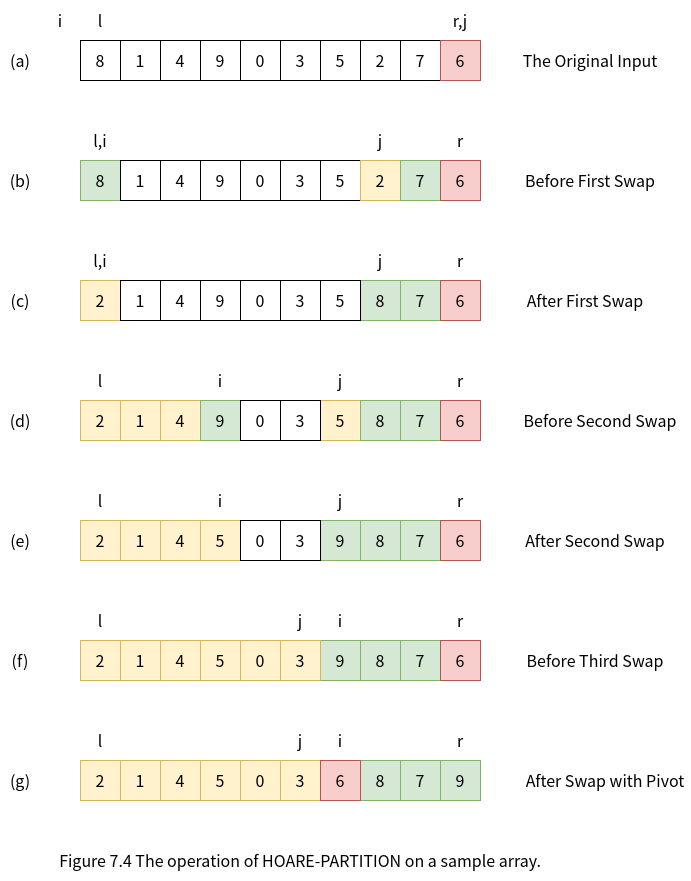
Earlier version of the draw.io export sort/quicksort/blog/hoare-partition.png (hexu1985/Data.Structures.And.Algorithms.Tutorial). Source tidied: cells renumbered, new cells last; positions are measured from the earlier drawing's top-left corner, leaving out a move shared by most shapes.
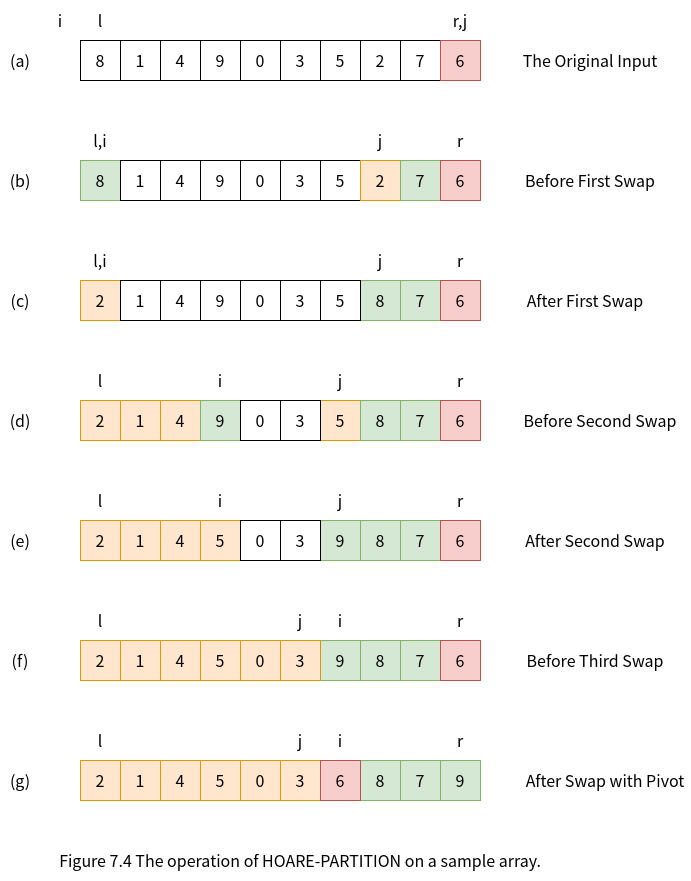
Above is the later version.

Change to the diagram source:
```diff
@@ -65,7 +65,7 @@
     <mxCell id="22" value="5" style="rounded=0;whiteSpace=wrap;html=1;fontSize=16;" parent="1" vertex="1">
       <mxGeometry x="320" y="160" width="40" height="40" as="geometry" />
     </mxCell>
-    <mxCell id="23" value="2" style="rounded=0;whiteSpace=wrap;html=1;fontSize=16;fillColor=#fff2cc;strokeColor=#d6b656;" parent="1" vertex="1">
+    <mxCell id="23" value="2" style="rounded=0;whiteSpace=wrap;html=1;fontSize=16;fillColor=#ffe6cc;strokeColor=#d79b00;" parent="1" vertex="1">
       <mxGeometry x="360" y="160" width="40" height="40" as="geometry" />
     </mxCell>
     <mxCell id="24" value="7" style="rounded=0;whiteSpace=wrap;html=1;fontSize=16;fillColor=#d5e8d4;strokeColor=#82b366;" parent="1" vertex="1">
@@ -89,7 +89,7 @@
     <mxCell id="30" value="j" style="text;html=1;strokeColor=none;fillColor=none;align=center;verticalAlign=middle;whiteSpace=wrap;rounded=0;fontSize=16;" parent="1" vertex="1">
       <mxGeometry x="360" y="120" width="40" height="40" as="geometry" />
     </mxCell>
-    <mxCell id="31" value="2" style="rounded=0;whiteSpace=wrap;html=1;fontSize=16;fillColor=#fff2cc;strokeColor=#d6b656;" parent="1" vertex="1">
+    <mxCell id="31" value="2" style="rounded=0;whiteSpace=wrap;html=1;fontSize=16;fillColor=#ffe6cc;strokeColor=#d79b00;" parent="1" vertex="1">
       <mxGeometry x="80" y="280" width="40" height="40" as="geometry" />
     </mxCell>
     <mxCell id="32" value="4" style="rounded=0;whiteSpace=wrap;html=1;fontSize=16;" parent="1" vertex="1">
@@ -131,10 +131,10 @@
     <mxCell id="44" value="j" style="text;html=1;strokeColor=none;fillColor=none;align=center;verticalAlign=middle;whiteSpace=wrap;rounded=0;fontSize=16;" parent="1" vertex="1">
       <mxGeometry x="360" y="240" width="40" height="40" as="geometry" />
     </mxCell>
-    <mxCell id="45" value="2" style="rounded=0;whiteSpace=wrap;html=1;fontSize=16;fillColor=#fff2cc;strokeColor=#d6b656;" parent="1" vertex="1">
+    <mxCell id="45" value="2" style="rounded=0;whiteSpace=wrap;html=1;fontSize=16;fillColor=#ffe6cc;strokeColor=#d79b00;" parent="1" vertex="1">
       <mxGeometry x="80" y="400" width="40" height="40" as="geometry" />
     </mxCell>
-    <mxCell id="46" value="4" style="rounded=0;whiteSpace=wrap;html=1;fontSize=16;fillColor=#fff2cc;strokeColor=#d6b656;" parent="1" vertex="1">
+    <mxCell id="46" value="4" style="rounded=0;whiteSpace=wrap;html=1;fontSize=16;fillColor=#ffe6cc;strokeColor=#d79b00;" parent="1" vertex="1">
       <mxGeometry x="160" y="400" width="40" height="40" as="geometry" />
     </mxCell>
     <mxCell id="47" value="9" style="rounded=0;whiteSpace=wrap;html=1;fontSize=16;fillColor=#d5e8d4;strokeColor=#82b366;" parent="1" vertex="1">
@@ -143,7 +143,7 @@
     <mxCell id="48" value="0" style="rounded=0;whiteSpace=wrap;html=1;fontSize=16;" parent="1" vertex="1">
       <mxGeometry x="240" y="400" width="40" height="40" as="geometry" />
     </mxCell>
-    <mxCell id="49" value="5" style="rounded=0;whiteSpace=wrap;html=1;fontSize=16;fillColor=#fff2cc;strokeColor=#d6b656;" parent="1" vertex="1">
+    <mxCell id="49" value="5" style="rounded=0;whiteSpace=wrap;html=1;fontSize=16;fillColor=#ffe6cc;strokeColor=#d79b00;" parent="1" vertex="1">
       <mxGeometry x="320" y="400" width="40" height="40" as="geometry" />
     </mxCell>
     <mxCell id="50" value="3" style="rounded=0;whiteSpace=wrap;html=1;fontSize=16;" parent="1" vertex="1">
@@ -158,7 +158,7 @@
     <mxCell id="53" value="6" style="rounded=0;whiteSpace=wrap;html=1;fontSize=16;fillColor=#f8cecc;strokeColor=#b85450;" parent="1" vertex="1">
       <mxGeometry x="440" y="400" width="40" height="40" as="geometry" />
     </mxCell>
-    <mxCell id="54" value="1" style="rounded=0;whiteSpace=wrap;html=1;fontSize=16;fillColor=#fff2cc;strokeColor=#d6b656;" parent="1" vertex="1">
+    <mxCell id="54" value="1" style="rounded=0;whiteSpace=wrap;html=1;fontSize=16;fillColor=#ffe6cc;strokeColor=#d79b00;" parent="1" vertex="1">
       <mxGeometry x="120" y="400" width="40" height="40" as="geometry" />
     </mxCell>
     <mxCell id="55" value="l" style="text;html=1;strokeColor=none;fillColor=none;align=center;verticalAlign=middle;whiteSpace=wrap;rounded=0;fontSize=16;" parent="1" vertex="1">
@@ -188,16 +188,16 @@
     <mxCell id="63" value="i" style="text;html=1;strokeColor=none;fillColor=none;align=center;verticalAlign=middle;whiteSpace=wrap;rounded=0;fontSize=16;" parent="1" vertex="1">
       <mxGeometry x="200" y="360" width="40" height="40" as="geometry" />
     </mxCell>
-    <mxCell id="64" value="2" style="rounded=0;whiteSpace=wrap;html=1;fontSize=16;fillColor=#fff2cc;strokeColor=#d6b656;" parent="1" vertex="1">
+    <mxCell id="64" value="2" style="rounded=0;whiteSpace=wrap;html=1;fontSize=16;fillColor=#ffe6cc;strokeColor=#d79b00;" parent="1" vertex="1">
       <mxGeometry x="80" y="520" width="40" height="40" as="geometry" />
     </mxCell>
-    <mxCell id="65" value="4" style="rounded=0;whiteSpace=wrap;html=1;fontSize=16;fillColor=#fff2cc;strokeColor=#d6b656;" parent="1" vertex="1">
+    <mxCell id="65" value="4" style="rounded=0;whiteSpace=wrap;html=1;fontSize=16;fillColor=#ffe6cc;strokeColor=#d79b00;" parent="1" vertex="1">
       <mxGeometry x="160" y="520" width="40" height="40" as="geometry" />
     </mxCell>
     <mxCell id="66" value="9" style="rounded=0;whiteSpace=wrap;html=1;fontSize=16;fillColor=#d5e8d4;strokeColor=#82b366;" parent="1" vertex="1">
       <mxGeometry x="320" y="520" width="40" height="40" as="geometry" />
     </mxCell>
-    <mxCell id="67" value="5" style="rounded=0;whiteSpace=wrap;html=1;fontSize=16;fillColor=#fff2cc;strokeColor=#d6b656;" parent="1" vertex="1">
+    <mxCell id="67" value="5" style="rounded=0;whiteSpace=wrap;html=1;fontSize=16;fillColor=#ffe6cc;strokeColor=#d79b00;" parent="1" vertex="1">
       <mxGeometry x="200" y="520" width="40" height="40" as="geometry" />
     </mxCell>
     <mxCell id="68" value="0" style="rounded=0;whiteSpace=wrap;html=1;fontSize=16;" parent="1" vertex="1">
@@ -215,7 +215,7 @@
     <mxCell id="72" value="6" style="rounded=0;whiteSpace=wrap;html=1;fontSize=16;fillColor=#f8cecc;strokeColor=#b85450;" parent="1" vertex="1">
       <mxGeometry x="440" y="520" width="40" height="40" as="geometry" />
     </mxCell>
-    <mxCell id="73" value="1" style="rounded=0;whiteSpace=wrap;html=1;fontSize=16;fillColor=#fff2cc;strokeColor=#d6b656;" parent="1" vertex="1">
+    <mxCell id="73" value="1" style="rounded=0;whiteSpace=wrap;html=1;fontSize=16;fillColor=#ffe6cc;strokeColor=#d79b00;" parent="1" vertex="1">
       <mxGeometry x="120" y="520" width="40" height="40" as="geometry" />
     </mxCell>
     <mxCell id="74" value="l" style="text;html=1;strokeColor=none;fillColor=none;align=center;verticalAlign=middle;whiteSpace=wrap;rounded=0;fontSize=16;" parent="1" vertex="1">
@@ -236,22 +236,22 @@
     <mxCell id="79" value="i" style="text;html=1;strokeColor=none;fillColor=none;align=center;verticalAlign=middle;whiteSpace=wrap;rounded=0;fontSize=16;" parent="1" vertex="1">
       <mxGeometry x="200" y="480" width="40" height="40" as="geometry" />
     </mxCell>
-    <mxCell id="80" value="2" style="rounded=0;whiteSpace=wrap;html=1;fontSize=16;fillColor=#fff2cc;strokeColor=#d6b656;" parent="1" vertex="1">
+    <mxCell id="80" value="2" style="rounded=0;whiteSpace=wrap;html=1;fontSize=16;fillColor=#ffe6cc;strokeColor=#d79b00;" parent="1" vertex="1">
       <mxGeometry x="80" y="640" width="40" height="40" as="geometry" />
     </mxCell>
-    <mxCell id="81" value="4" style="rounded=0;whiteSpace=wrap;html=1;fontSize=16;fillColor=#fff2cc;strokeColor=#d6b656;" parent="1" vertex="1">
+    <mxCell id="81" value="4" style="rounded=0;whiteSpace=wrap;html=1;fontSize=16;fillColor=#ffe6cc;strokeColor=#d79b00;" parent="1" vertex="1">
       <mxGeometry x="160" y="640" width="40" height="40" as="geometry" />
     </mxCell>
     <mxCell id="82" value="9" style="rounded=0;whiteSpace=wrap;html=1;fontSize=16;fillColor=#d5e8d4;strokeColor=#82b366;" parent="1" vertex="1">
       <mxGeometry x="320" y="640" width="40" height="40" as="geometry" />
     </mxCell>
-    <mxCell id="83" value="5" style="rounded=0;whiteSpace=wrap;html=1;fontSize=16;fillColor=#fff2cc;strokeColor=#d6b656;" parent="1" vertex="1">
+    <mxCell id="83" value="5" style="rounded=0;whiteSpace=wrap;html=1;fontSize=16;fillColor=#ffe6cc;strokeColor=#d79b00;" parent="1" vertex="1">
       <mxGeometry x="200" y="640" width="40" height="40" as="geometry" />
     </mxCell>
-    <mxCell id="84" value="0" style="rounded=0;whiteSpace=wrap;html=1;fontSize=16;fillColor=#fff2cc;strokeColor=#d6b656;" parent="1" vertex="1">
+    <mxCell id="84" value="0" style="rounded=0;whiteSpace=wrap;html=1;fontSize=16;fillColor=#ffe6cc;strokeColor=#d79b00;" parent="1" vertex="1">
       <mxGeometry x="240" y="640" width="40" height="40" as="geometry" />
     </mxCell>
-    <mxCell id="85" value="3" style="rounded=0;whiteSpace=wrap;html=1;fontSize=16;fillColor=#fff2cc;strokeColor=#d6b656;" parent="1" vertex="1">
+    <mxCell id="85" value="3" style="rounded=0;whiteSpace=wrap;html=1;fontSize=16;fillColor=#ffe6cc;strokeColor=#d79b00;" parent="1" vertex="1">
       <mxGeometry x="280" y="640" width="40" height="40" as="geometry" />
     </mxCell>
     <mxCell id="86" value="8" style="rounded=0;whiteSpace=wrap;html=1;fontSize=16;fillColor=#d5e8d4;strokeColor=#82b366;" parent="1" vertex="1">
@@ -263,7 +263,7 @@
     <mxCell id="88" value="6" style="rounded=0;whiteSpace=wrap;html=1;fontSize=16;fillColor=#f8cecc;strokeColor=#b85450;" parent="1" vertex="1">
       <mxGeometry x="440" y="640" width="40" height="40" as="geometry" />
     </mxCell>
-    <mxCell id="89" value="1" style="rounded=0;whiteSpace=wrap;html=1;fontSize=16;fillColor=#fff2cc;strokeColor=#d6b656;" parent="1" vertex="1">
+    <mxCell id="89" value="1" style="rounded=0;whiteSpace=wrap;html=1;fontSize=16;fillColor=#ffe6cc;strokeColor=#d79b00;" parent="1" vertex="1">
       <mxGeometry x="120" y="640" width="40" height="40" as="geometry" />
     </mxCell>
     <mxCell id="90" value="l" style="text;html=1;strokeColor=none;fillColor=none;align=center;verticalAlign=middle;whiteSpace=wrap;rounded=0;fontSize=16;" parent="1" vertex="1">
@@ -284,22 +284,22 @@
     <mxCell id="95" value="i" style="text;html=1;strokeColor=none;fillColor=none;align=center;verticalAlign=middle;whiteSpace=wrap;rounded=0;fontSize=16;" parent="1" vertex="1">
       <mxGeometry x="320" y="600" width="40" height="40" as="geometry" />
     </mxCell>
-    <mxCell id="96" value="2" style="rounded=0;whiteSpace=wrap;html=1;fontSize=16;fillColor=#fff2cc;strokeColor=#d6b656;" parent="1" vertex="1">
+    <mxCell id="96" value="2" style="rounded=0;whiteSpace=wrap;html=1;fontSize=16;fillColor=#ffe6cc;strokeColor=#d79b00;" parent="1" vertex="1">
       <mxGeometry x="80" y="760" width="40" height="40" as="geometry" />
     </mxCell>
-    <mxCell id="97" value="4" style="rounded=0;whiteSpace=wrap;html=1;fontSize=16;fillColor=#fff2cc;strokeColor=#d6b656;" parent="1" vertex="1">
+    <mxCell id="97" value="4" style="rounded=0;whiteSpace=wrap;html=1;fontSize=16;fillColor=#ffe6cc;strokeColor=#d79b00;" parent="1" vertex="1">
       <mxGeometry x="160" y="760" width="40" height="40" as="geometry" />
     </mxCell>
     <mxCell id="98" value="9" style="rounded=0;whiteSpace=wrap;html=1;fontSize=16;fillColor=#d5e8d4;strokeColor=#82b366;" parent="1" vertex="1">
       <mxGeometry x="440" y="760" width="40" height="40" as="geometry" />
     </mxCell>
-    <mxCell id="99" value="5" style="rounded=0;whiteSpace=wrap;html=1;fontSize=16;fillColor=#fff2cc;strokeColor=#d6b656;" parent="1" vertex="1">
+    <mxCell id="99" value="5" style="rounded=0;whiteSpace=wrap;html=1;fontSize=16;fillColor=#ffe6cc;strokeColor=#d79b00;" parent="1" vertex="1">
       <mxGeometry x="200" y="760" width="40" height="40" as="geometry" />
     </mxCell>
-    <mxCell id="100" value="0" style="rounded=0;whiteSpace=wrap;html=1;fontSize=16;fillColor=#fff2cc;strokeColor=#d6b656;" parent="1" vertex="1">
+    <mxCell id="100" value="0" style="rounded=0;whiteSpace=wrap;html=1;fontSize=16;fillColor=#ffe6cc;strokeColor=#d79b00;" parent="1" vertex="1">
       <mxGeometry x="240" y="760" width="40" height="40" as="geometry" />
     </mxCell>
-    <mxCell id="101" value="3" style="rounded=0;whiteSpace=wrap;html=1;fontSize=16;fillColor=#fff2cc;strokeColor=#d6b656;" parent="1" vertex="1">
+    <mxCell id="101" value="3" style="rounded=0;whiteSpace=wrap;html=1;fontSize=16;fillColor=#ffe6cc;strokeColor=#d79b00;" parent="1" vertex="1">
       <mxGeometry x="280" y="760" width="40" height="40" as="geometry" />
     </mxCell>
     <mxCell id="102" value="8" style="rounded=0;whiteSpace=wrap;html=1;fontSize=16;fillColor=#d5e8d4;strokeColor=#82b366;" parent="1" vertex="1">
@@ -311,7 +311,7 @@
     <mxCell id="104" value="6" style="rounded=0;whiteSpace=wrap;html=1;fontSize=16;fillColor=#f8cecc;strokeColor=#b85450;" parent="1" vertex="1">
       <mxGeometry x="320" y="760" width="40" height="40" as="geometry" />
     </mxCell>
-    <mxCell id="105" value="1" style="rounded=0;whiteSpace=wrap;html=1;fontSize=16;fillColor=#fff2cc;strokeColor=#d6b656;" parent="1" vertex="1">
+    <mxCell id="105" value="1" style="rounded=0;whiteSpace=wrap;html=1;fontSize=16;fillColor=#ffe6cc;strokeColor=#d79b00;" parent="1" vertex="1">
       <mxGeometry x="120" y="760" width="40" height="40" as="geometry" />
     </mxCell>
     <mxCell id="106" value="l" style="text;html=1;strokeColor=none;fillColor=none;align=center;verticalAlign=middle;whiteSpace=wrap;rounded=0;fontSize=16;" parent="1" vertex="1">
```
